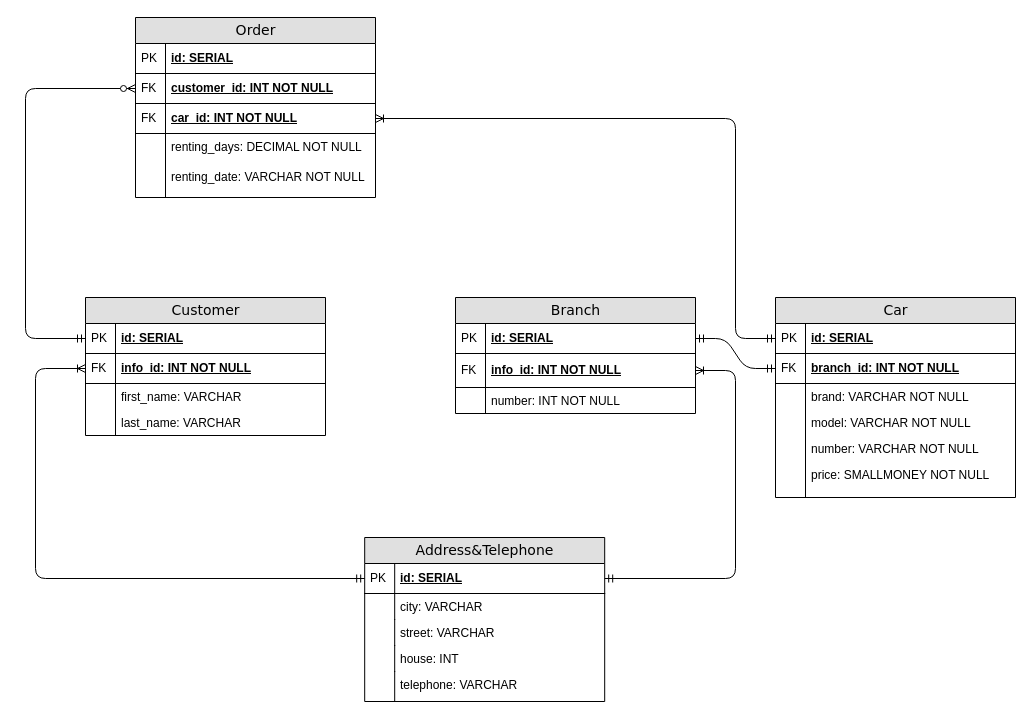
Earlier version of the draw.io diagram databases/car-branches/diagrams/3NF.drawio (banchinche/python-education). Source tidied: cells renumbered, new cells numbered last; positions are measured from the earlier drawing's top-left corner, leaving out a move shared by most shapes. Both pictures are drawn from the tidied source at 100%, with x=0, y=0 at pixel (25, 17).
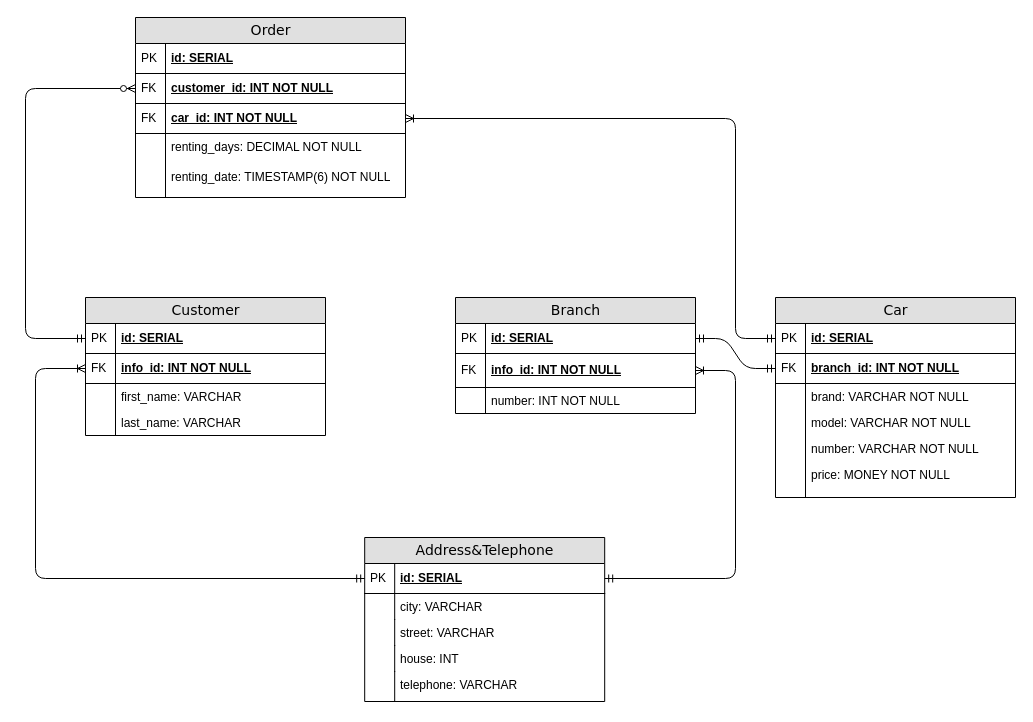
The same diagram, later.

Commit message:
Fixed VARCHAR rental_days to TIMESTAMP and SMALLMONEY to MONEY attributes in orders and car entities

Unchanged cells that the change refers to:
```xml
<mxCell id="9" value="Car" style="swimlane;html=1;fontStyle=0;horizontal=1;startSize=26;fillColor=#e0e0e0;swimlaneFillColor=#ffffff;align=center;rounded=0;shadow=0;comic=0;labelBackgroundColor=none;strokeWidth=1;fontFamily=Verdana;fontSize=14;swimlaneLine=1;" parent="1" vertex="1">
  <mxGeometry x="750" y="280" width="240" height="200" as="geometry" />
</mxCell>
```

What changed in the source:
```diff
@@
-    <mxCell id="20" value="price: SMALLMONEY NOT NULL" style="shape=partialRectangle;top=0;left=0;right=0;bottom=0;html=1;align=left;verticalAlign=top;fillColor=none;spacingLeft=34;spacingRight=4;whiteSpace=wrap;overflow=hidden;" parent="9" vertex="1">
+    <mxCell id="20" value="price: MONEY NOT NULL" style="shape=partialRectangle;top=0;left=0;right=0;bottom=0;html=1;align=left;verticalAlign=top;fillColor=none;spacingLeft=34;spacingRight=4;whiteSpace=wrap;overflow=hidden;" parent="9" vertex="1">
       <mxGeometry y="164" width="240" height="36" as="geometry" />
     </mxCell>
@@
     <mxCell id="31" value="Order" style="swimlane;html=1;fontStyle=0;horizontal=1;startSize=26;fillColor=#e0e0e0;swimlaneFillColor=#ffffff;align=center;rounded=0;shadow=0;comic=0;labelBackgroundColor=none;strokeWidth=1;fontFamily=Verdana;fontSize=14;swimlaneLine=1;" parent="1" vertex="1">
-      <mxGeometry x="110" width="240" height="180" as="geometry" />
+      <mxGeometry x="110" width="270" height="180" as="geometry" />
     </mxCell>
     <mxCell id="32" value="id: SERIAL" style="shape=partialRectangle;top=0;left=0;right=0;bottom=1;html=1;align=left;verticalAlign=middle;fillColor=none;spacingLeft=34;spacingRight=4;whiteSpace=wrap;overflow=hidden;fontStyle=5;" parent="31" vertex="1">
-      <mxGeometry y="26" width="240" height="30" as="geometry" />
+      <mxGeometry y="26" width="270" height="30" as="geometry" />
     </mxCell>
@@
     <mxCell id="34" value="customer_id: INT NOT NULL" style="shape=partialRectangle;top=0;left=0;right=0;bottom=1;html=1;align=left;verticalAlign=middle;fillColor=none;spacingLeft=34;spacingRight=4;whiteSpace=wrap;overflow=hidden;points=[[0,0.5],[1,0.5]];portConstraint=eastwest;fontStyle=5;" parent="31" vertex="1">
-      <mxGeometry y="56" width="240" height="30" as="geometry" />
+      <mxGeometry y="56" width="270" height="30" as="geometry" />
     </mxCell>
@@
     <mxCell id="36" value="car_id: INT NOT NULL" style="shape=partialRectangle;top=0;left=0;right=0;bottom=1;html=1;align=left;verticalAlign=middle;fillColor=none;spacingLeft=34;spacingRight=4;whiteSpace=wrap;overflow=hidden;points=[[0,0.5],[1,0.5]];portConstraint=eastwest;fontStyle=5;" parent="31" vertex="1">
-      <mxGeometry y="86" width="240" height="30" as="geometry" />
+      <mxGeometry y="86" width="270" height="30" as="geometry" />
     </mxCell>
@@
     <mxCell id="38" value="renting_days: DECIMAL NOT NULL" style="shape=partialRectangle;top=0;left=0;right=0;bottom=0;html=1;align=left;verticalAlign=top;fillColor=none;spacingLeft=34;spacingRight=4;whiteSpace=wrap;overflow=hidden;" parent="31" vertex="1">
-      <mxGeometry y="116" width="240" height="30" as="geometry" />
+      <mxGeometry y="116" width="270" height="30" as="geometry" />
     </mxCell>
@@
-    <mxCell id="40" value="renting_date: VARCHAR NOT NULL" style="shape=partialRectangle;top=0;left=0;right=0;bottom=0;html=1;align=left;verticalAlign=top;fillColor=none;spacingLeft=34;spacingRight=4;whiteSpace=wrap;overflow=hidden;" parent="31" vertex="1">
-      <mxGeometry y="146" width="240" height="34" as="geometry" />
+    <mxCell id="40" value="renting_date: TIMESTAMP(6) NOT NULL" style="shape=partialRectangle;top=0;left=0;right=0;bottom=0;html=1;align=left;verticalAlign=top;fillColor=none;spacingLeft=34;spacingRight=4;whiteSpace=wrap;overflow=hidden;" parent="31" vertex="1">
+      <mxGeometry y="146" width="270" height="34" as="geometry" />
     </mxCell>
```
